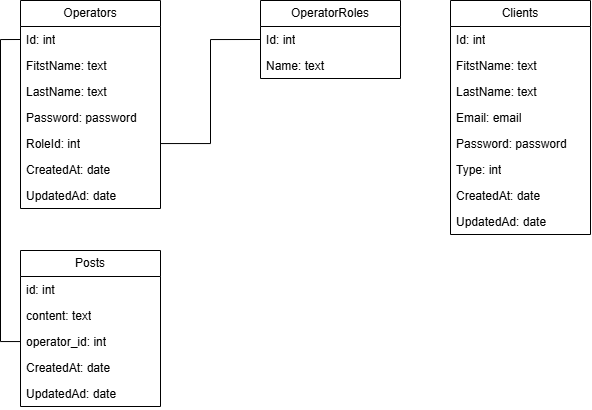
This is wwwroot/images/readme/DBSchema.png from Pepko0/FitnessApp, a draw.io export, as it was before one commit. Source tidied: cells renumbered, new cells last; positions are measured from the earlier drawing's top-left corner, leaving out a move shared by most shapes.
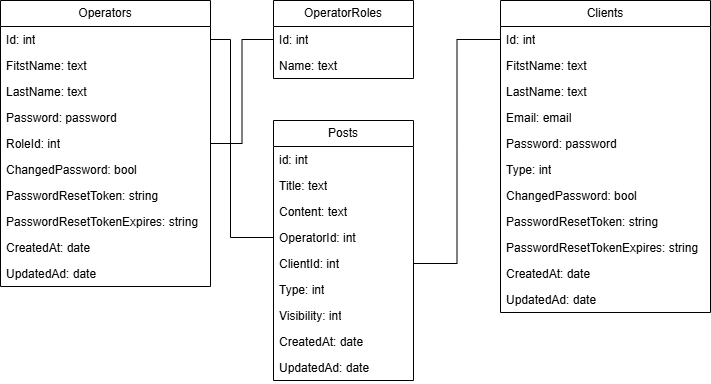
The same file after the commit.

Commit message:
podmiana zdjecia  schematu bazy danych

Change to the diagram source:
```diff
@@ -3,31 +3,40 @@
     <mxCell id="0" />
     <mxCell id="1" parent="0" />
     <mxCell id="2" value="Operators" style="swimlane;fontStyle=0;horizontal=1;startSize=26;fillColor=none;whiteSpace=wrap;html=1;" parent="1" vertex="1">
-      <mxGeometry width="140" height="208" as="geometry" />
+      <mxGeometry x="10" y="10" width="210" height="286" as="geometry" />
     </mxCell>
     <mxCell id="3" value="Id: int" style="text;strokeColor=none;fillColor=none;align=left;verticalAlign=top;spacingLeft=4;spacingRight=4;overflow=hidden;points=[[0,0.5],[1,0.5]];portConstraint=eastwest;whiteSpace=wrap;html=1;" parent="2" vertex="1">
-      <mxGeometry y="26" width="140" height="26" as="geometry" />
+      <mxGeometry y="26" width="210" height="26" as="geometry" />
     </mxCell>
     <mxCell id="4" value="FitstName: text" style="text;strokeColor=none;fillColor=none;align=left;verticalAlign=top;spacingLeft=4;spacingRight=4;overflow=hidden;whiteSpace=wrap;html=1;" parent="2" vertex="1">
-      <mxGeometry y="52" width="140" height="26" as="geometry" />
+      <mxGeometry y="52" width="210" height="26" as="geometry" />
     </mxCell>
     <mxCell id="5" value="LastName: text" style="text;strokeColor=none;fillColor=none;align=left;verticalAlign=top;spacingLeft=4;spacingRight=4;overflow=hidden;whiteSpace=wrap;html=1;" parent="2" vertex="1">
-      <mxGeometry y="78" width="140" height="26" as="geometry" />
+      <mxGeometry y="78" width="210" height="26" as="geometry" />
     </mxCell>
     <mxCell id="6" value="Password: password" style="text;strokeColor=none;fillColor=none;align=left;verticalAlign=top;spacingLeft=4;spacingRight=4;overflow=hidden;whiteSpace=wrap;html=1;" parent="2" vertex="1">
-      <mxGeometry y="104" width="140" height="26" as="geometry" />
+      <mxGeometry y="104" width="210" height="26" as="geometry" />
     </mxCell>
     <mxCell id="7" value="RoleId: int" style="text;strokeColor=none;fillColor=none;align=left;verticalAlign=top;spacingLeft=4;spacingRight=4;overflow=hidden;points=[[0,0.5],[1,0.5]];portConstraint=eastwest;whiteSpace=wrap;html=1;" parent="2" vertex="1">
-      <mxGeometry y="130" width="140" height="26" as="geometry" />
+      <mxGeometry y="130" width="210" height="26" as="geometry" />
     </mxCell>
+    <mxCell id="30" value="ChangedPassword: bool" style="text;strokeColor=none;fillColor=none;align=left;verticalAlign=top;spacingLeft=4;spacingRight=4;overflow=hidden;whiteSpace=wrap;html=1;" parent="2" vertex="1">
+      <mxGeometry y="156" width="210" height="26" as="geometry" />
+    </mxCell>
+    <mxCell id="31" value="PasswordResetToken: string" style="text;strokeColor=none;fillColor=none;align=left;verticalAlign=top;spacingLeft=4;spacingRight=4;overflow=hidden;whiteSpace=wrap;html=1;" parent="2" vertex="1">
+      <mxGeometry y="182" width="210" height="26" as="geometry" />
+    </mxCell>
+    <mxCell id="32" value="PasswordResetTokenExpires: string" style="text;strokeColor=none;fillColor=none;align=left;verticalAlign=top;spacingLeft=4;spacingRight=4;overflow=hidden;whiteSpace=wrap;html=1;" parent="2" vertex="1">
+      <mxGeometry y="208" width="210" height="26" as="geometry" />
+    </mxCell>
     <mxCell id="8" value="CreatedAt: date" style="text;strokeColor=none;fillColor=none;align=left;verticalAlign=top;spacingLeft=4;spacingRight=4;overflow=hidden;whiteSpace=wrap;html=1;" parent="2" vertex="1">
-      <mxGeometry y="156" width="140" height="26" as="geometry" />
+      <mxGeometry y="234" width="210" height="26" as="geometry" />
     </mxCell>
     <mxCell id="9" value="UpdatedAd: date" style="text;strokeColor=none;fillColor=none;align=left;verticalAlign=top;spacingLeft=4;spacingRight=4;overflow=hidden;whiteSpace=wrap;html=1;" parent="2" vertex="1">
-      <mxGeometry y="182" width="140" height="26" as="geometry" />
+      <mxGeometry y="260" width="210" height="26" as="geometry" />
     </mxCell>
     <mxCell id="10" value="OperatorRoles" style="swimlane;fontStyle=0;horizontal=1;startSize=26;fillColor=none;whiteSpace=wrap;html=1;" parent="1" vertex="1">
-      <mxGeometry x="240" width="140" height="78" as="geometry" />
+      <mxGeometry x="283" y="10" width="140" height="78" as="geometry" />
     </mxCell>
     <mxCell id="11" value="Id: int" style="text;strokeColor=none;fillColor=none;align=left;verticalAlign=top;spacingLeft=4;spacingRight=4;overflow=hidden;points=[[0,0.5],[1,0.5]];portConstraint=eastwest;whiteSpace=wrap;html=1;" parent="10" vertex="1">
       <mxGeometry y="26" width="140" height="26" as="geometry" />
@@ -36,55 +45,84 @@
       <mxGeometry y="52" width="140" height="26" as="geometry" />
     </mxCell>
     <mxCell id="13" value="Clients" style="swimlane;fontStyle=0;horizontal=1;startSize=26;fillColor=none;whiteSpace=wrap;html=1;" parent="1" vertex="1">
-      <mxGeometry x="430" width="140" height="234" as="geometry" />
+      <mxGeometry x="510" y="10" width="210" height="312" as="geometry" />
     </mxCell>
     <mxCell id="14" value="Id: int" style="text;strokeColor=none;fillColor=none;align=left;verticalAlign=top;spacingLeft=4;spacingRight=4;overflow=hidden;points=[[0,0.5],[1,0.5]];portConstraint=eastwest;whiteSpace=wrap;html=1;" parent="13" vertex="1">
-      <mxGeometry y="26" width="140" height="26" as="geometry" />
+      <mxGeometry y="26" width="210" height="26" as="geometry" />
     </mxCell>
     <mxCell id="15" value="FitstName: text" style="text;strokeColor=none;fillColor=none;align=left;verticalAlign=top;spacingLeft=4;spacingRight=4;overflow=hidden;whiteSpace=wrap;html=1;" parent="13" vertex="1">
-      <mxGeometry y="52" width="140" height="26" as="geometry" />
+      <mxGeometry y="52" width="210" height="26" as="geometry" />
     </mxCell>
     <mxCell id="16" value="LastName: text" style="text;strokeColor=none;fillColor=none;align=left;verticalAlign=top;spacingLeft=4;spacingRight=4;overflow=hidden;whiteSpace=wrap;html=1;" parent="13" vertex="1">
-      <mxGeometry y="78" width="140" height="26" as="geometry" />
+      <mxGeometry y="78" width="210" height="26" as="geometry" />
     </mxCell>
     <mxCell id="17" value="Email: email" style="text;strokeColor=none;fillColor=none;align=left;verticalAlign=top;spacingLeft=4;spacingRight=4;overflow=hidden;whiteSpace=wrap;html=1;" parent="13" vertex="1">
-      <mxGeometry y="104" width="140" height="26" as="geometry" />
+      <mxGeometry y="104" width="210" height="26" as="geometry" />
     </mxCell>
     <mxCell id="18" value="Password: password" style="text;strokeColor=none;fillColor=none;align=left;verticalAlign=top;spacingLeft=4;spacingRight=4;overflow=hidden;whiteSpace=wrap;html=1;" parent="13" vertex="1">
-      <mxGeometry y="130" width="140" height="26" as="geometry" />
+      <mxGeometry y="130" width="210" height="26" as="geometry" />
     </mxCell>
     <mxCell id="19" value="Type: int" style="text;strokeColor=none;fillColor=none;align=left;verticalAlign=top;spacingLeft=4;spacingRight=4;overflow=hidden;whiteSpace=wrap;html=1;" parent="13" vertex="1">
-      <mxGeometry y="156" width="140" height="26" as="geometry" />
+      <mxGeometry y="156" width="210" height="26" as="geometry" />
     </mxCell>
+    <mxCell id="33" value="ChangedPassword: bool" style="text;strokeColor=none;fillColor=none;align=left;verticalAlign=top;spacingLeft=4;spacingRight=4;overflow=hidden;whiteSpace=wrap;html=1;" parent="13" vertex="1">
+      <mxGeometry y="182" width="210" height="26" as="geometry" />
+    </mxCell>
+    <mxCell id="34" value="PasswordResetToken: string" style="text;strokeColor=none;fillColor=none;align=left;verticalAlign=top;spacingLeft=4;spacingRight=4;overflow=hidden;whiteSpace=wrap;html=1;" parent="13" vertex="1">
+      <mxGeometry y="208" width="210" height="26" as="geometry" />
+    </mxCell>
+    <mxCell id="35" value="PasswordResetTokenExpires: string" style="text;strokeColor=none;fillColor=none;align=left;verticalAlign=top;spacingLeft=4;spacingRight=4;overflow=hidden;whiteSpace=wrap;html=1;" parent="13" vertex="1">
+      <mxGeometry y="234" width="210" height="26" as="geometry" />
+    </mxCell>
     <mxCell id="20" value="CreatedAt: date" style="text;strokeColor=none;fillColor=none;align=left;verticalAlign=top;spacingLeft=4;spacingRight=4;overflow=hidden;whiteSpace=wrap;html=1;" parent="13" vertex="1">
-      <mxGeometry y="182" width="140" height="26" as="geometry" />
+      <mxGeometry y="260" width="210" height="26" as="geometry" />
     </mxCell>
     <mxCell id="21" value="UpdatedAd: date" style="text;strokeColor=none;fillColor=none;align=left;verticalAlign=top;spacingLeft=4;spacingRight=4;overflow=hidden;whiteSpace=wrap;html=1;" parent="13" vertex="1">
-      <mxGeometry y="208" width="140" height="26" as="geometry" />
+      <mxGeometry y="286" width="210" height="26" as="geometry" />
     </mxCell>
     <mxCell id="22" value="Posts" style="swimlane;fontStyle=0;horizontal=1;startSize=26;fillColor=none;whiteSpace=wrap;html=1;" parent="1" vertex="1">
-      <mxGeometry y="250" width="140" height="156" as="geometry" />
+      <mxGeometry x="283" y="130" width="140" height="260" as="geometry" />
     </mxCell>
     <mxCell id="23" value="id: int" style="text;strokeColor=none;fillColor=none;align=left;verticalAlign=top;spacingLeft=4;spacingRight=4;overflow=hidden;whiteSpace=wrap;html=1;" parent="22" vertex="1">
       <mxGeometry y="26" width="140" height="26" as="geometry" />
     </mxCell>
+    <mxCell id="36" value="Title: text" style="text;strokeColor=none;fillColor=none;align=left;verticalAlign=top;spacingLeft=4;spacingRight=4;overflow=hidden;whiteSpace=wrap;html=1;" parent="22" vertex="1">
+      <mxGeometry y="52" width="140" height="26" as="geometry" />
+    </mxCell>
-    <mxCell id="24" value="content: text" style="text;strokeColor=none;fillColor=none;align=left;verticalAlign=top;spacingLeft=4;spacingRight=4;overflow=hidden;whiteSpace=wrap;html=1;" parent="22" vertex="1">
-      <mxGeometry y="52" width="140" height="26" as="geometry" />
+    <mxCell id="24" value="Content: text" style="text;strokeColor=none;fillColor=none;align=left;verticalAlign=top;spacingLeft=4;spacingRight=4;overflow=hidden;whiteSpace=wrap;html=1;" parent="22" vertex="1">
+      <mxGeometry y="78" width="140" height="26" as="geometry" />
     </mxCell>
-    <mxCell id="25" value="operator_id: int" style="text;strokeColor=none;fillColor=none;align=left;verticalAlign=top;spacingLeft=4;spacingRight=4;overflow=hidden;points=[[0,0.5],[1,0.5]];portConstraint=eastwest;whiteSpace=wrap;html=1;" parent="22" vertex="1">
-      <mxGeometry y="78" width="140" height="26" as="geometry" />
+    <mxCell id="25" value="OperatorId: int" style="text;strokeColor=none;fillColor=none;align=left;verticalAlign=top;spacingLeft=4;spacingRight=4;overflow=hidden;points=[[0,0.5],[1,0.5]];portConstraint=eastwest;whiteSpace=wrap;html=1;" parent="22" vertex="1">
+      <mxGeometry y="104" width="140" height="26" as="geometry" />
     </mxCell>
+    <mxCell id="37" value="ClientId: int" style="text;strokeColor=none;fillColor=none;align=left;verticalAlign=top;spacingLeft=4;spacingRight=4;overflow=hidden;points=[[0,0.5],[1,0.5]];portConstraint=eastwest;whiteSpace=wrap;html=1;" parent="22" vertex="1">
+      <mxGeometry y="130" width="140" height="26" as="geometry" />
+    </mxCell>
+    <mxCell id="38" value="Type: int" style="text;strokeColor=none;fillColor=none;align=left;verticalAlign=top;spacingLeft=4;spacingRight=4;overflow=hidden;whiteSpace=wrap;html=1;" parent="22" vertex="1">
+      <mxGeometry y="156" width="140" height="26" as="geometry" />
+    </mxCell>
+    <mxCell id="39" value="Visibility: int" style="text;strokeColor=none;fillColor=none;align=left;verticalAlign=top;spacingLeft=4;spacingRight=4;overflow=hidden;whiteSpace=wrap;html=1;" parent="22" vertex="1">
+      <mxGeometry y="182" width="140" height="26" as="geometry" />
+    </mxCell>
     <mxCell id="26" value="CreatedAt: date" style="text;strokeColor=none;fillColor=none;align=left;verticalAlign=top;spacingLeft=4;spacingRight=4;overflow=hidden;whiteSpace=wrap;html=1;" parent="22" vertex="1">
-      <mxGeometry y="104" width="140" height="26" as="geometry" />
+      <mxGeometry y="208" width="140" height="26" as="geometry" />
     </mxCell>
     <mxCell id="27" value="UpdatedAd: date" style="text;strokeColor=none;fillColor=none;align=left;verticalAlign=top;spacingLeft=4;spacingRight=4;overflow=hidden;whiteSpace=wrap;html=1;" parent="22" vertex="1">
-      <mxGeometry y="130" width="140" height="26" as="geometry" />
+      <mxGeometry y="234" width="140" height="26" as="geometry" />
     </mxCell>
-    <mxCell id="28" style="edgeStyle=orthogonalEdgeStyle;rounded=0;jettySize=auto;html=1;entryX=0;entryY=0.5;entryDx=0;entryDy=0;endArrow=none;endFill=0;" parent="1" edge="1" source="7" target="11">
-      <mxGeometry relative="1" as="geometry" />
-    </mxCell>
+    <mxCell id="40" style="edgeStyle=orthogonalEdgeStyle;rounded=0;jettySize=auto;html=1;entryX=0;entryY=0.5;entryDx=0;entryDy=0;endArrow=none;endFill=0;" parent="1" edge="1" source="37" target="14">
+      <mxGeometry relative="1" as="geometry" />
+    </mxCell>
+    <mxCell id="41" style="edgeStyle=orthogonalEdgeStyle;rounded=0;jettySize=auto;html=1;endArrow=none;endFill=0;" parent="1" edge="1" source="11" target="7">
+      <mxGeometry relative="1" as="geometry" />
+    </mxCell>
-    <mxCell id="29" style="edgeStyle=orthogonalEdgeStyle;rounded=0;jettySize=auto;html=1;entryX=0;entryY=0.5;entryDx=0;entryDy=0;endArrow=none;endFill=0;" parent="1" edge="1" source="25" target="3">
-      <mxGeometry relative="1" as="geometry" />
+    <mxCell id="29" style="edgeStyle=orthogonalEdgeStyle;rounded=0;jettySize=auto;html=1;entryX=1;entryY=0.5;entryDx=0;entryDy=0;endArrow=none;endFill=0;" parent="1" edge="1" source="25" target="3">
+      <mxGeometry relative="1" as="geometry">
+        <Array as="points">
+          <mxPoint x="240" y="247" />
+          <mxPoint x="240" y="49" />
+        </Array>
+      </mxGeometry>
     </mxCell>
   </root>
 </mxGraphModel>
```
